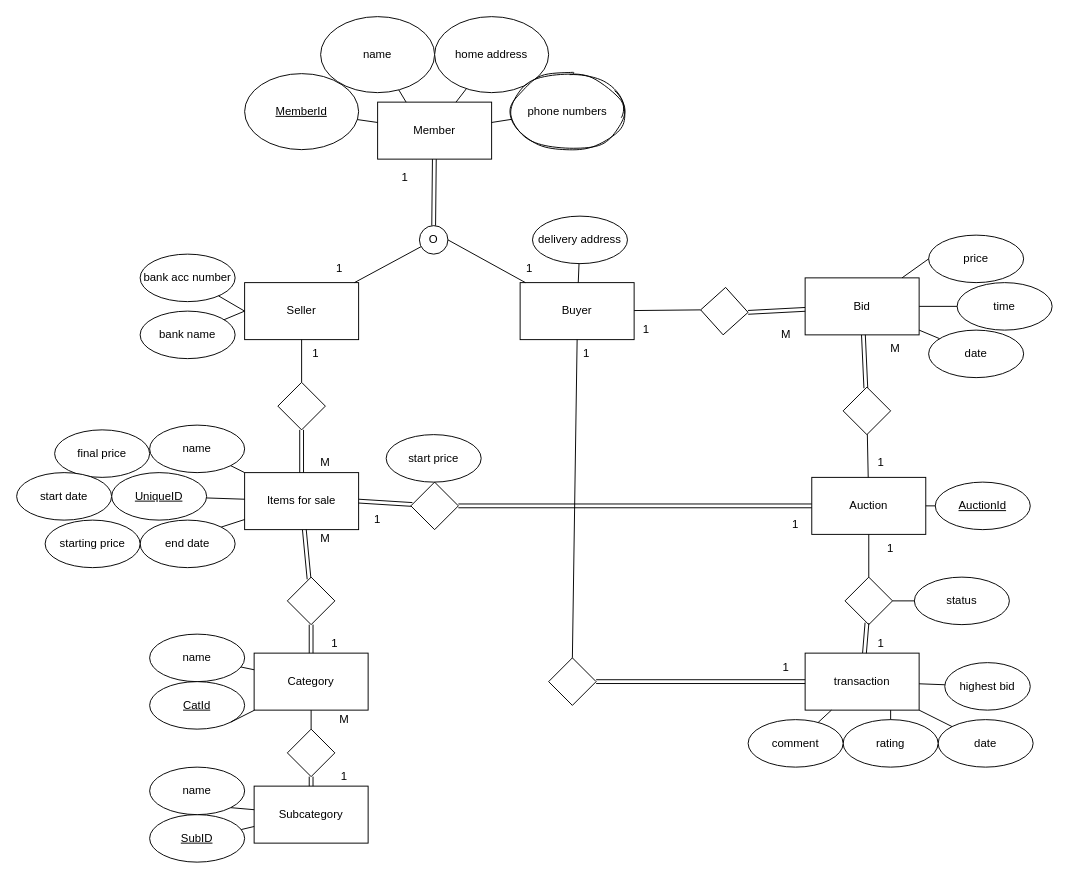
Above: DB/LAB2/Lab2.drawio in Berat02xz/FINKI-Academic-Journey (draw.io), before the change. Source tidied: cells renumbered, new cells numbered last; positions are measured from the earlier drawing's top-left corner, leaving out a move shared by most shapes. Both pictures are drawn from the tidied source at 95%, with x=0, y=0 at pixel (16, 16).
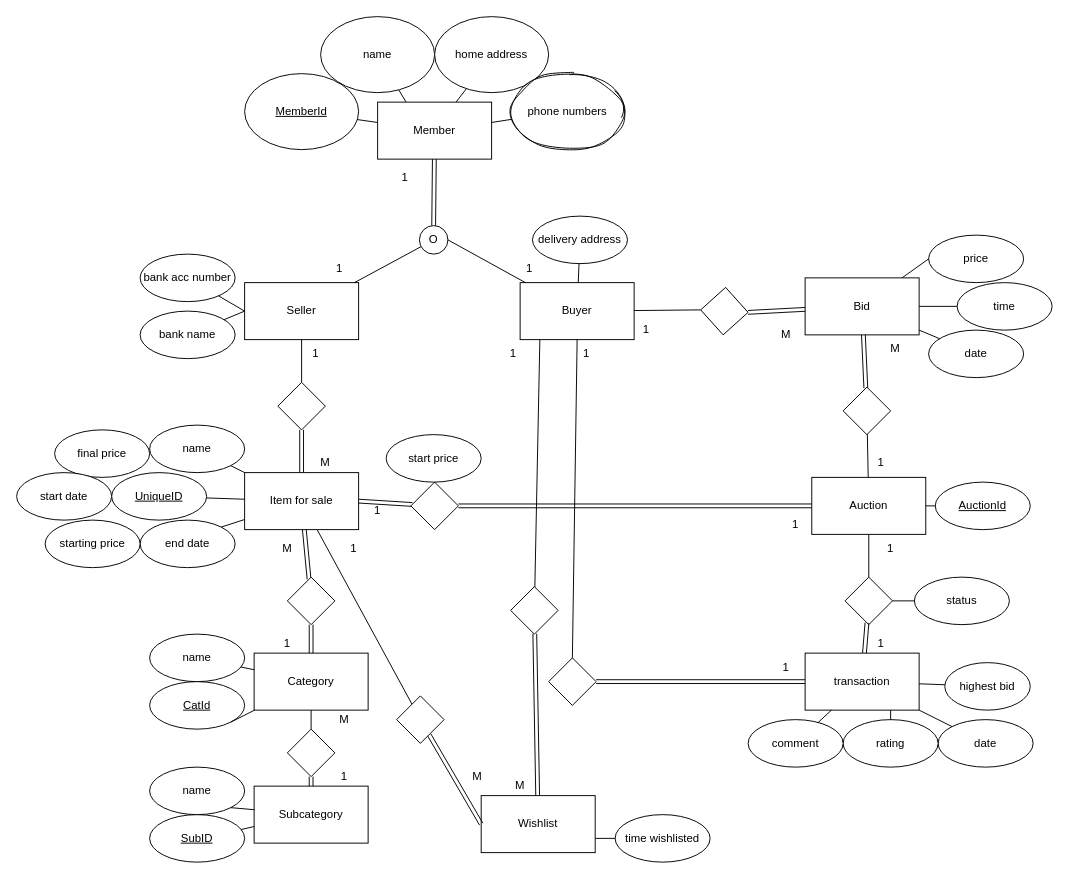
After the change.

The change refers to these unchanged cells:
```xml
<mxCell id="8" value="Buyer" style="rounded=0;whiteSpace=wrap;html=1;" parent="1" vertex="1">
  <mxGeometry x="530" y="280" width="120" height="60" as="geometry" />
</mxCell>
```

What changed in the source:
```diff
@@
-    <mxCell id="16" value="Items for sale" style="rounded=0;whiteSpace=wrap;html=1;" parent="1" vertex="1">
+    <mxCell id="16" value="Item for sale" style="rounded=0;whiteSpace=wrap;html=1;" parent="1" vertex="1">
       <mxGeometry x="240" y="480" width="120" height="60" as="geometry" />
     </mxCell>
@@
     <mxCell id="94" value="M" style="text;html=1;strokeColor=none;fillColor=none;align=center;verticalAlign=middle;whiteSpace=wrap;rounded=0;" parent="1" vertex="1">
-      <mxGeometry x="305" y="540" width="40" height="20" as="geometry" />
+      <mxGeometry x="265" y="550" width="40" height="20" as="geometry" />
     </mxCell>
     <mxCell id="95" value="1" style="text;html=1;strokeColor=none;fillColor=none;align=center;verticalAlign=middle;whiteSpace=wrap;rounded=0;" parent="1" vertex="1">
-      <mxGeometry x="315" y="650" width="40" height="20" as="geometry" />
+      <mxGeometry x="265" y="650" width="40" height="20" as="geometry" />
     </mxCell>
@@
     <mxCell id="98" value="1" style="text;html=1;strokeColor=none;fillColor=none;align=center;verticalAlign=middle;whiteSpace=wrap;rounded=0;" parent="1" vertex="1">
-      <mxGeometry x="360" y="520" width="40" height="20" as="geometry" />
+      <mxGeometry x="360" y="510" width="40" height="20" as="geometry" />
     </mxCell>
@@
+    <mxCell id="108" value="Wishlist" style="rounded=0;whiteSpace=wrap;html=1;" parent="1" vertex="1">
+      <mxGeometry x="489" y="820" width="120" height="60" as="geometry" />
+    </mxCell>
+    <mxCell id="109" value="time wishlisted" style="ellipse;whiteSpace=wrap;html=1;" parent="1" vertex="1">
+      <mxGeometry x="630" y="840" width="100" height="50" as="geometry" />
+    </mxCell>
+    <mxCell id="110" style="endArrow=none;html=1;rounded=0;shape=link;" parent="1" edge="1" source="113" target="108">
+      <mxGeometry relative="1" as="geometry" />
+    </mxCell>
+    <mxCell id="111" style="endArrow=none;html=1;rounded=0;" parent="1" edge="1" source="115" target="16">
+      <mxGeometry relative="1" as="geometry" />
+    </mxCell>
+    <mxCell id="112" style="endArrow=none;html=1;rounded=0;exitX=0.173;exitY=0.998;exitDx=0;exitDy=0;exitPerimeter=0;" parent="1" edge="1" source="8" target="113">
+      <mxGeometry relative="1" as="geometry" />
+    </mxCell>
+    <mxCell id="113" style="rhombus;whiteSpace=wrap;html=1;" parent="1" vertex="1">
+      <mxGeometry x="520" y="600" width="50" height="50" as="geometry" />
+    </mxCell>
+    <mxCell id="114" style="endArrow=none;html=1;rounded=0;exitX=0;exitY=0.5;exitDx=0;exitDy=0;shape=link;" parent="1" edge="1" source="108" target="115">
+      <mxGeometry relative="1" as="geometry" />
+    </mxCell>
+    <mxCell id="115" style="rhombus;whiteSpace=wrap;html=1;" parent="1" vertex="1">
+      <mxGeometry x="400" y="715" width="50" height="50" as="geometry" />
+    </mxCell>
+    <mxCell id="116" style="endArrow=none;html=1;rounded=0;entryX=1;entryY=0.75;entryDx=0;entryDy=0;" parent="1" edge="1" source="109" target="108">
+      <mxGeometry relative="1" as="geometry" />
+    </mxCell>
+    <mxCell id="117" value="1" style="text;html=1;strokeColor=none;fillColor=none;align=center;verticalAlign=middle;whiteSpace=wrap;rounded=0;" parent="1" vertex="1">
+      <mxGeometry x="503" y="345" width="40" height="20" as="geometry" />
+    </mxCell>
+    <mxCell id="118" value="M" style="text;html=1;strokeColor=none;fillColor=none;align=center;verticalAlign=middle;whiteSpace=wrap;rounded=0;" parent="1" vertex="1">
+      <mxGeometry x="510" y="800" width="40" height="20" as="geometry" />
+    </mxCell>
+    <mxCell id="119" value="1" style="text;html=1;strokeColor=none;fillColor=none;align=center;verticalAlign=middle;whiteSpace=wrap;rounded=0;" parent="1" vertex="1">
+      <mxGeometry x="335" y="550" width="40" height="20" as="geometry" />
+    </mxCell>
+    <mxCell id="120" value="M" style="text;html=1;strokeColor=none;fillColor=none;align=center;verticalAlign=middle;whiteSpace=wrap;rounded=0;" parent="1" vertex="1">
+      <mxGeometry x="465" y="790" width="40" height="20" as="geometry" />
+    </mxCell>
```
